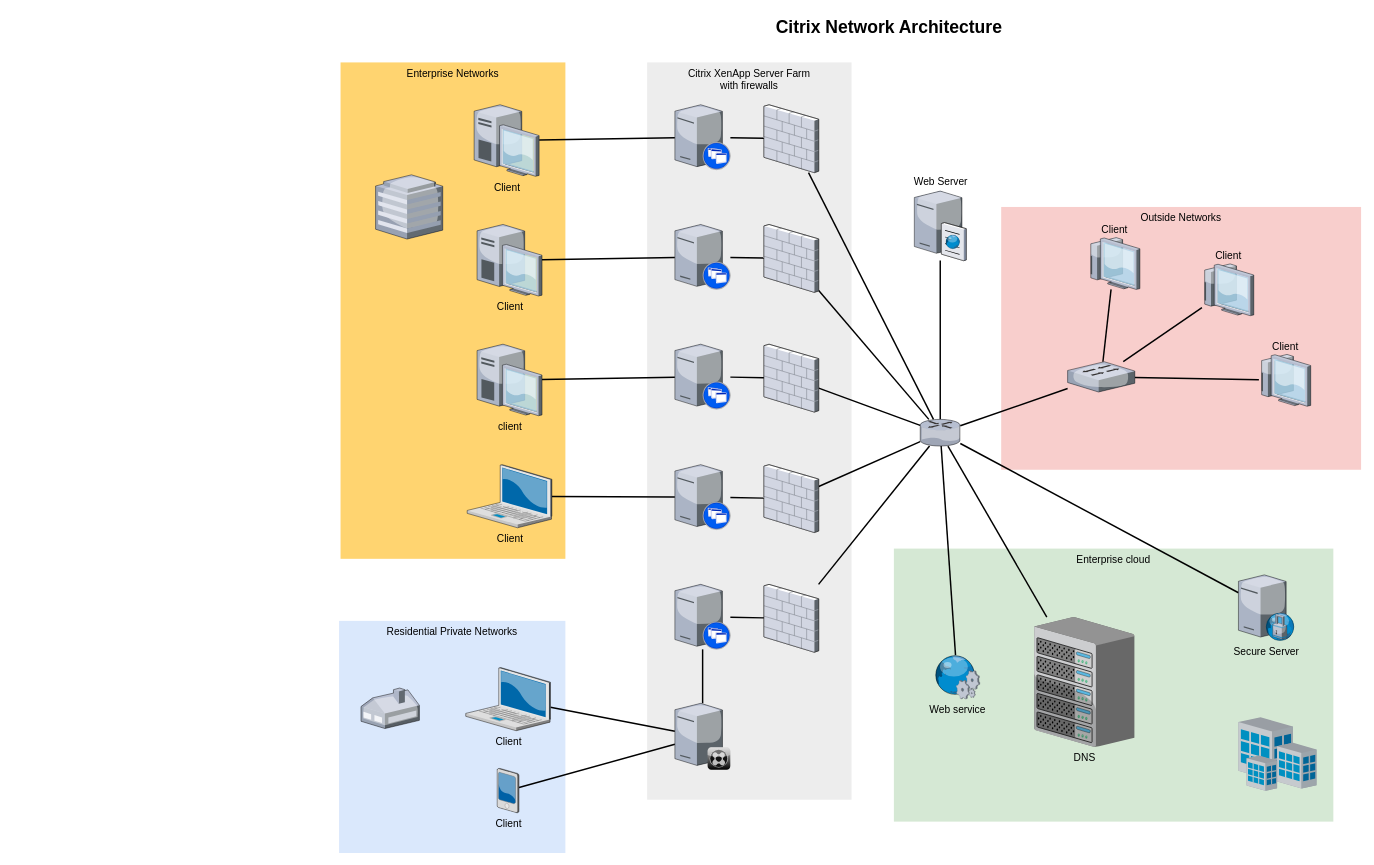
Earlier version of the draw.io diagram Untitled Diagram.drawio (working-git/Depresso-Espresso). Source tidied: cells renumbered, new cells numbered last; positions are measured from the earlier drawing's top-left corner, leaving out a move shared by most shapes. Both pictures are drawn from the tidied source at 73%, with x=0, y=0 at pixel (339, 12).
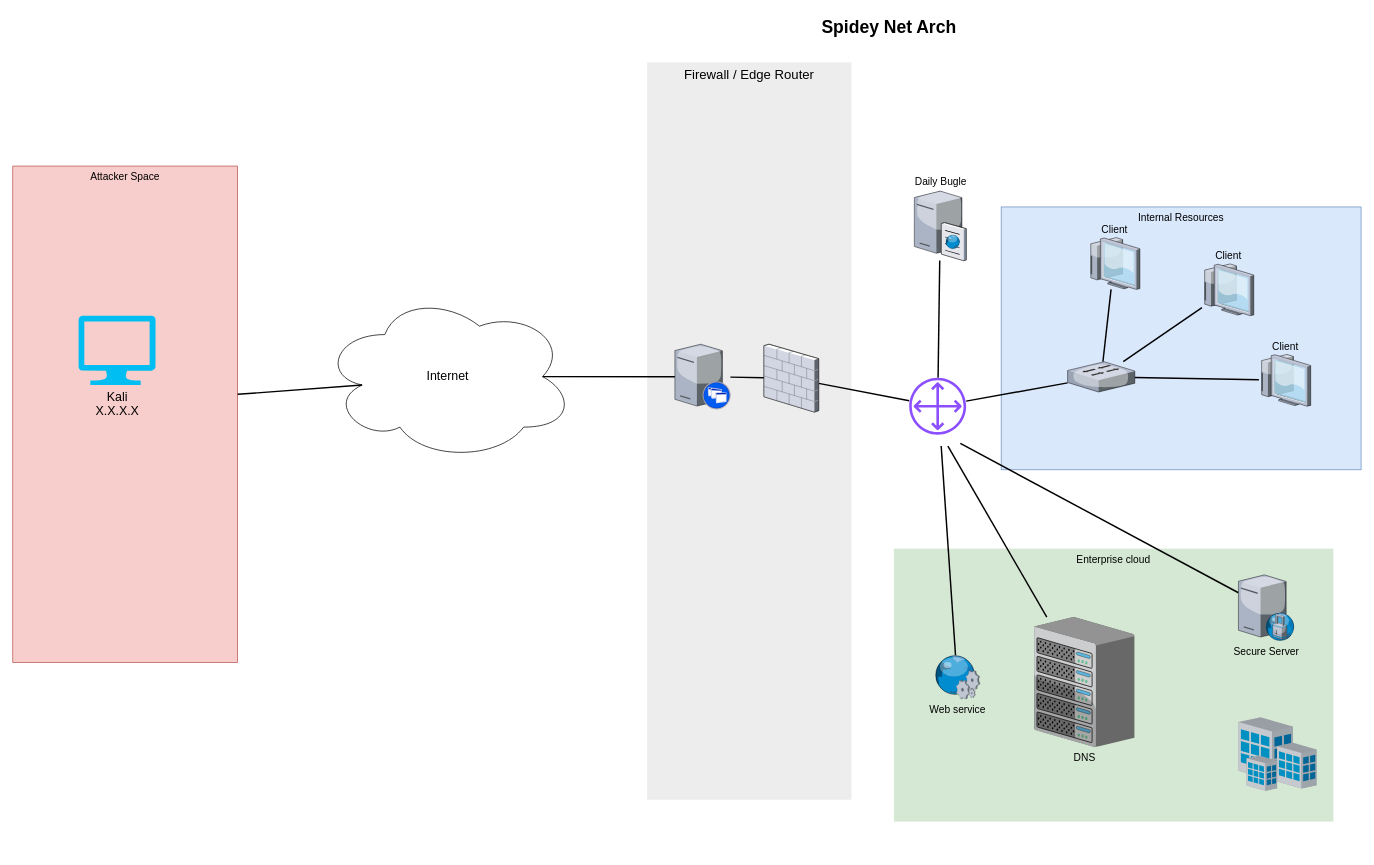
The same page after the edit.

Unchanged cells that the change refers to:
```xml
<mxCell id="24" style="verticalLabelPosition=bottom;html=1;verticalAlign=top;strokeColor=none;shape=mxgraph.citrix.xenapp_server;fillColor=#66B2FF;gradientColor=#0066CC;fontSize=14;" parent="1" vertex="1">
  <mxGeometry x="460" y="454" width="76" height="89" as="geometry" />
</mxCell>
<mxCell id="37" value="DNS" style="verticalLabelPosition=bottom;html=1;verticalAlign=top;strokeColor=none;shape=mxgraph.citrix.chassis;fillColor=#66B2FF;gradientColor=#0066CC;fontSize=14;" parent="1" vertex="1">
  <mxGeometry x="952" y="828" width="137.5" height="177.5" as="geometry" />
</mxCell>
<mxCell id="43" style="verticalLabelPosition=bottom;html=1;verticalAlign=top;strokeColor=none;shape=mxgraph.citrix.firewall;fillColor=#66B2FF;gradientColor=#0066CC;fontSize=14;" parent="1" vertex="1">
  <mxGeometry x="582" y="454" width="75" height="93" as="geometry" />
</mxCell>
<mxCell id="50" value="Secure Server" style="verticalLabelPosition=bottom;html=1;verticalAlign=top;strokeColor=none;shape=mxgraph.citrix.proxy_server;fillColor=#66B2FF;gradientColor=#0066CC;fontSize=14;" parent="1" vertex="1">
  <mxGeometry x="1232" y="770" width="76.5" height="90" as="geometry" />
</mxCell>
<mxCell id="54" style="verticalLabelPosition=bottom;html=1;verticalAlign=top;strokeColor=none;shape=mxgraph.citrix.switch;fillColor=#66B2FF;gradientColor=#0066CC;fontSize=14;" parent="1" vertex="1">
  <mxGeometry x="998" y="478" width="92" height="41.5" as="geometry" />
</mxCell>
<mxCell id="59" value="Web service" style="verticalLabelPosition=bottom;html=1;verticalAlign=top;strokeColor=none;shape=mxgraph.citrix.web_service;fillColor=#66B2FF;gradientColor=#0066CC;fontSize=14;" parent="1" vertex="1">
  <mxGeometry x="815" y="880" width="63" height="60" as="geometry" />
</mxCell>
```

Diff of the diagram source:
```diff
@@
-    <mxCell id="2" value="Outside Networks" style="whiteSpace=wrap;html=1;fillColor=#f8cecc;fontSize=14;strokeColor=none;verticalAlign=top;" parent="1" vertex="1">
+    <mxCell id="2" value="Internal Resources&lt;br&gt;" style="whiteSpace=wrap;html=1;fillColor=#dae8fc;fontSize=14;strokeColor=#6c8ebf;verticalAlign=top;" parent="1" vertex="1">
       <mxGeometry x="907" y="266" width="493" height="360" as="geometry" />
     </mxCell>
@@
-    <mxCell id="4" value="Citrix XenApp Server Farm&lt;div&gt;with firewalls&lt;/div&gt;" style="whiteSpace=wrap;html=1;fillColor=#EDEDED;fontSize=14;strokeColor=none;verticalAlign=top;" parent="1" vertex="1">
+    <mxCell id="4" value="&lt;font style=&quot;font-size: 18px;&quot;&gt;Firewall / Edge Router&lt;/font&gt;" style="whiteSpace=wrap;html=1;fillColor=#EDEDED;fontSize=14;strokeColor=none;verticalAlign=top;" parent="1" vertex="1">
       <mxGeometry x="422" y="68" width="280" height="1010" as="geometry" />
     </mxCell>
-    <mxCell id="5" value="Residential Private Networks" style="whiteSpace=wrap;html=1;fillColor=#dae8fc;fontSize=14;strokeColor=none;verticalAlign=top;" parent="1" vertex="1">
-      <mxGeometry y="833" width="310" height="318" as="geometry" />
-    </mxCell>
-    <mxCell id="6" value="Enterprise Networks" style="whiteSpace=wrap;html=1;fillColor=#FFD470;gradientColor=none;fontSize=14;strokeColor=none;verticalAlign=top;" parent="1" vertex="1">
-      <mxGeometry x="2" y="68" width="308" height="680" as="geometry" />
+    <mxCell id="6" value="Attacker Space" style="whiteSpace=wrap;html=1;fillColor=#f8cecc;fontSize=14;strokeColor=#b85450;verticalAlign=top;" parent="1" vertex="1">
+      <mxGeometry x="-447" y="210" width="308" height="680" as="geometry" />
     </mxCell>
-    <mxCell id="7" style="edgeStyle=none;rounded=0;html=1;startSize=10;endSize=10;jettySize=auto;fontSize=14;endArrow=none;endFill=0;strokeWidth=2;" parent="1" edge="1" source="8" target="35">
-      <mxGeometry relative="1" as="geometry" />
+    <mxCell id="7" style="edgeStyle=none;rounded=0;html=1;startSize=10;endSize=10;jettySize=auto;orthogonalLoop=1;fontSize=14;endArrow=none;endFill=0;strokeWidth=2;" parent="1" edge="1">
+      <mxGeometry relative="1" as="geometry">
+        <mxPoint x="460" y="984.2" as="targetPoint" />
+      </mxGeometry>
     </mxCell>
-    <mxCell id="8" value="Client" style="verticalLabelPosition=bottom;html=1;verticalAlign=top;strokeColor=none;shape=mxgraph.citrix.laptop_2;fillColor=#66B2FF;gradientColor=#0066CC;fontSize=14;" parent="1" vertex="1">
-      <mxGeometry x="173.5" y="897" width="116" height="86.5" as="geometry" />
-    </mxCell>
-    <mxCell id="9" style="edgeStyle=none;rounded=0;html=1;startSize=10;endSize=10;jettySize=auto;fontSize=14;endArrow=none;endFill=0;strokeWidth=2;" parent="1" edge="1" source="10" target="22">
-      <mxGeometry relative="1" as="geometry" />
+    <mxCell id="9" style="edgeStyle=none;rounded=0;html=1;startSize=10;endSize=10;jettySize=auto;orthogonalLoop=1;fontSize=14;endArrow=none;endFill=0;strokeWidth=2;" parent="1" edge="1">
+      <mxGeometry relative="1" as="geometry">
+        <mxPoint x="291.5" y="662.5" as="sourcePoint" />
+      </mxGeometry>
     </mxCell>
-    <mxCell id="10" value="Client" style="verticalLabelPosition=bottom;html=1;verticalAlign=top;strokeColor=none;shape=mxgraph.citrix.laptop_2;fillColor=#66B2FF;gradientColor=#0066CC;fontSize=14;" parent="1" vertex="1">
-      <mxGeometry x="175.5" y="619" width="116" height="86.5" as="geometry" />
-    </mxCell>
-    <mxCell id="11" style="edgeStyle=none;rounded=0;html=1;startSize=10;endSize=10;jettySize=auto;fontSize=14;endArrow=none;endFill=0;strokeWidth=2;" parent="1" edge="1" source="12" target="24">
-      <mxGeometry relative="1" as="geometry" />
-    </mxCell>
-    <mxCell id="12" value="client" style="verticalLabelPosition=bottom;html=1;verticalAlign=top;strokeColor=none;shape=mxgraph.citrix.desktop;fillColor=#66B2FF;gradientColor=#0066CC;fontSize=14;" parent="1" vertex="1">
-      <mxGeometry x="189" y="454" width="89" height="98" as="geometry" />
-    </mxCell>
-    <mxCell id="13" style="edgeStyle=none;rounded=0;html=1;startSize=10;endSize=10;jettySize=auto;fontSize=14;endArrow=none;endFill=0;strokeWidth=2;" parent="1" edge="1" source="14" target="26">
-      <mxGeometry relative="1" as="geometry" />
+    <mxCell id="13" style="edgeStyle=none;rounded=0;html=1;startSize=10;endSize=10;jettySize=auto;orthogonalLoop=1;fontSize=14;endArrow=none;endFill=0;strokeWidth=2;" parent="1" edge="1">
+      <mxGeometry relative="1" as="geometry">
+        <mxPoint x="460" y="335.1" as="targetPoint" />
+      </mxGeometry>
     </mxCell>
-    <mxCell id="14" value="Client" style="verticalLabelPosition=bottom;html=1;verticalAlign=top;strokeColor=none;shape=mxgraph.citrix.desktop;fillColor=#66B2FF;gradientColor=#0066CC;fontSize=14;" parent="1" vertex="1">
-      <mxGeometry x="189" y="290" width="89" height="98" as="geometry" />
-    </mxCell>
-    <mxCell id="15" style="edgeStyle=none;rounded=0;html=1;startSize=10;endSize=10;jettySize=auto;fontSize=14;endArrow=none;endFill=0;strokeWidth=2;" parent="1" edge="1" source="16" target="28">
-      <mxGeometry relative="1" as="geometry" />
-    </mxCell>
-    <mxCell id="16" value="Client" style="verticalLabelPosition=bottom;html=1;verticalAlign=top;strokeColor=none;shape=mxgraph.citrix.desktop;fillColor=#66B2FF;gradientColor=#0066CC;fontSize=14;" parent="1" vertex="1">
-      <mxGeometry x="185" y="126" width="89" height="98" as="geometry" />
-    </mxCell>
-    <mxCell id="17" style="edgeStyle=none;rounded=0;html=1;startSize=10;endSize=10;jettySize=auto;fontSize=14;endArrow=none;endFill=0;strokeWidth=2;" parent="1" edge="1" source="18" target="35">
-      <mxGeometry relative="1" as="geometry" />
+    <mxCell id="17" style="edgeStyle=none;rounded=0;html=1;startSize=10;endSize=10;jettySize=auto;orthogonalLoop=1;fontSize=14;endArrow=none;endFill=0;strokeWidth=2;" parent="1" edge="1">
+      <mxGeometry relative="1" as="geometry">
+        <mxPoint x="460" y="1002.1" as="targetPoint" />
+      </mxGeometry>
     </mxCell>
-    <mxCell id="18" value="Client" style="verticalLabelPosition=bottom;html=1;verticalAlign=top;strokeColor=none;shape=mxgraph.citrix.pda;fillColor=#66B2FF;gradientColor=#0066CC;fontSize=14;" parent="1" vertex="1">
-      <mxGeometry x="216.5" y="1035" width="30" height="61" as="geometry" />
-    </mxCell>
-    <mxCell id="19" style="edgeStyle=none;rounded=0;html=1;startSize=10;endSize=10;jettySize=auto;fontSize=14;endArrow=none;endFill=0;strokeWidth=2;" parent="1" edge="1" source="20" target="47">
-      <mxGeometry relative="1" as="geometry" />
-    </mxCell>
-    <mxCell id="20" style="verticalLabelPosition=bottom;html=1;verticalAlign=top;strokeColor=none;shape=mxgraph.citrix.xenapp_server;fillColor=#66B2FF;gradientColor=#0066CC;fontSize=14;" parent="1" vertex="1">
-      <mxGeometry x="460" y="783" width="76" height="89" as="geometry" />
-    </mxCell>
-    <mxCell id="21" style="edgeStyle=none;rounded=0;html=1;startSize=10;endSize=10;jettySize=auto;fontSize=14;endArrow=none;endFill=0;strokeWidth=2;" parent="1" edge="1" source="22" target="45">
-      <mxGeometry relative="1" as="geometry" />
-    </mxCell>
-    <mxCell id="22" style="verticalLabelPosition=bottom;html=1;verticalAlign=top;strokeColor=none;shape=mxgraph.citrix.xenapp_server;fillColor=#66B2FF;gradientColor=#0066CC;fontSize=14;" parent="1" vertex="1">
-      <mxGeometry x="460" y="619" width="76" height="89" as="geometry" />
-    </mxCell>
@@
-    <mxCell id="25" style="edgeStyle=none;rounded=0;html=1;startSize=10;endSize=10;jettySize=auto;fontSize=14;endArrow=none;endFill=0;strokeWidth=2;" parent="1" edge="1" source="26" target="41">
-      <mxGeometry relative="1" as="geometry" />
-    </mxCell>
-    <mxCell id="26" style="verticalLabelPosition=bottom;html=1;verticalAlign=top;strokeColor=none;shape=mxgraph.citrix.xenapp_server;fillColor=#66B2FF;gradientColor=#0066CC;fontSize=14;" parent="1" vertex="1">
-      <mxGeometry x="460" y="290" width="76" height="89" as="geometry" />
-    </mxCell>
-    <mxCell id="27" style="edgeStyle=none;rounded=0;html=1;startSize=10;endSize=10;jettySize=auto;fontSize=14;endArrow=none;endFill=0;strokeWidth=2;" parent="1" edge="1" source="28" target="39">
-      <mxGeometry relative="1" as="geometry" />
-    </mxCell>
-    <mxCell id="28" style="verticalLabelPosition=bottom;html=1;verticalAlign=top;strokeColor=none;shape=mxgraph.citrix.xenapp_server;fillColor=#66B2FF;gradientColor=#0066CC;fontSize=14;" parent="1" vertex="1">
-      <mxGeometry x="460" y="126" width="76" height="89" as="geometry" />
-    </mxCell>
-    <mxCell id="29" style="edgeStyle=none;rounded=0;html=1;startSize=10;endSize=10;jettySize=auto;fontSize=14;endArrow=none;endFill=0;strokeWidth=2;" parent="1" edge="1" source="33" target="37">
-      <mxGeometry relative="1" as="geometry" />
+    <mxCell id="29" style="edgeStyle=none;rounded=0;html=1;startSize=10;endSize=10;jettySize=auto;fontSize=14;endArrow=none;endFill=0;strokeWidth=2;" parent="1" edge="1" target="37">
+      <mxGeometry relative="1" as="geometry">
+        <mxPoint x="834" y="593.5" as="sourcePoint" />
+      </mxGeometry>
     </mxCell>
-    <mxCell id="30" style="edgeStyle=none;rounded=0;html=1;startSize=10;endSize=10;jettySize=auto;fontSize=14;endArrow=none;endFill=0;strokeWidth=2;" parent="1" edge="1" source="33" target="36">
+    <mxCell id="30" style="edgeStyle=none;rounded=0;html=1;startSize=10;endSize=10;jettySize=auto;fontSize=14;endArrow=none;endFill=0;strokeWidth=2;" parent="1" edge="1" source="65" target="36">
       <mxGeometry relative="1" as="geometry" />
     </mxCell>
-    <mxCell id="31" style="edgeStyle=none;rounded=0;html=1;startSize=10;endSize=10;jettySize=auto;fontSize=14;endArrow=none;endFill=0;strokeWidth=2;" parent="1" edge="1" source="33" target="54">
+    <mxCell id="31" style="edgeStyle=none;rounded=0;html=1;startSize=10;endSize=10;jettySize=auto;fontSize=14;endArrow=none;endFill=0;strokeWidth=2;" parent="1" edge="1" source="65" target="54">
       <mxGeometry relative="1" as="geometry" />
     </mxCell>
-    <mxCell id="32" style="edgeStyle=none;rounded=0;html=1;startSize=10;endSize=10;jettySize=auto;fontSize=14;endArrow=none;endFill=0;strokeWidth=2;" parent="1" edge="1" source="33" target="50">
-      <mxGeometry relative="1" as="geometry" />
+    <mxCell id="32" style="edgeStyle=none;rounded=0;html=1;startSize=10;endSize=10;jettySize=auto;fontSize=14;endArrow=none;endFill=0;strokeWidth=2;" parent="1" edge="1" target="50">
+      <mxGeometry relative="1" as="geometry">
+        <mxPoint x="851" y="590" as="sourcePoint" />
+      </mxGeometry>
     </mxCell>
-    <mxCell id="33" style="verticalLabelPosition=bottom;html=1;verticalAlign=top;strokeColor=none;shape=mxgraph.citrix.router;fillColor=#66B2FF;gradientColor=#0066CC;fontSize=14;" parent="1" vertex="1">
-      <mxGeometry x="796" y="557" width="55" height="36.5" as="geometry" />
-    </mxCell>
-    <mxCell id="34" style="edgeStyle=none;rounded=0;html=1;startSize=10;endSize=10;jettySize=auto;fontSize=14;endArrow=none;endFill=0;strokeWidth=2;" parent="1" edge="1" source="35" target="20">
-      <mxGeometry relative="1" as="geometry" />
+    <mxCell id="34" style="edgeStyle=none;rounded=0;html=1;startSize=10;endSize=10;jettySize=auto;orthogonalLoop=1;fontSize=14;endArrow=none;endFill=0;strokeWidth=2;" parent="1" edge="1">
+      <mxGeometry relative="1" as="geometry">
+        <mxPoint x="498" y="872" as="targetPoint" />
+      </mxGeometry>
     </mxCell>
-    <mxCell id="35" style="verticalLabelPosition=bottom;html=1;verticalAlign=top;strokeColor=none;shape=mxgraph.citrix.xenclient_synchronizer;fillColor=#CCCCCC;gradientColor=#000000;gradientDirection=south;fontSize=14;" parent="1" vertex="1">
-      <mxGeometry x="460" y="946" width="76" height="91" as="geometry" />
-    </mxCell>
-    <mxCell id="36" value="Web Server" style="verticalLabelPosition=top;html=1;verticalAlign=bottom;strokeColor=none;shape=mxgraph.citrix.cache_server;fillColor=#66B2FF;gradientColor=#0066CC;fontSize=14;labelPosition=center;align=center;" parent="1" vertex="1">
+    <mxCell id="36" value="Daily Bugle" style="verticalLabelPosition=top;html=1;verticalAlign=bottom;strokeColor=none;shape=mxgraph.citrix.cache_server;fillColor=#66B2FF;gradientColor=#0066CC;fontSize=14;labelPosition=center;align=center;" parent="1" vertex="1">
       <mxGeometry x="788" y="242" width="71" height="97.5" as="geometry" />
     </mxCell>
@@
-    <mxCell id="38" style="edgeStyle=none;rounded=0;html=1;startSize=10;endSize=10;jettySize=auto;fontSize=14;endArrow=none;endFill=0;strokeWidth=2;" parent="1" edge="1" source="39" target="33">
-      <mxGeometry relative="1" as="geometry" />
-    </mxCell>
-    <mxCell id="39" style="verticalLabelPosition=bottom;html=1;verticalAlign=top;strokeColor=none;shape=mxgraph.citrix.firewall;fillColor=#66B2FF;gradientColor=#0066CC;fontSize=14;" parent="1" vertex="1">
-      <mxGeometry x="582" y="126" width="75" height="93" as="geometry" />
-    </mxCell>
-    <mxCell id="40" style="edgeStyle=none;rounded=0;html=1;startSize=10;endSize=10;jettySize=auto;fontSize=14;endArrow=none;endFill=0;strokeWidth=2;" parent="1" edge="1" source="41" target="33">
-      <mxGeometry relative="1" as="geometry" />
-    </mxCell>
-    <mxCell id="41" style="verticalLabelPosition=bottom;html=1;verticalAlign=top;strokeColor=none;shape=mxgraph.citrix.firewall;fillColor=#66B2FF;gradientColor=#0066CC;fontSize=14;" parent="1" vertex="1">
-      <mxGeometry x="582" y="290" width="75" height="93" as="geometry" />
-    </mxCell>
-    <mxCell id="42" style="edgeStyle=none;rounded=0;html=1;startSize=10;endSize=10;jettySize=auto;fontSize=14;endArrow=none;endFill=0;strokeWidth=2;" parent="1" edge="1" source="43" target="33">
+    <mxCell id="42" style="edgeStyle=none;rounded=0;html=1;startSize=10;endSize=10;jettySize=auto;fontSize=14;endArrow=none;endFill=0;strokeWidth=2;" parent="1" edge="1" source="43" target="65">
       <mxGeometry relative="1" as="geometry" />
     </mxCell>
@@
-    <mxCell id="44" style="edgeStyle=none;rounded=0;html=1;startSize=10;endSize=10;jettySize=auto;fontSize=14;endArrow=none;endFill=0;strokeWidth=2;" parent="1" edge="1" source="45" target="33">
-      <mxGeometry relative="1" as="geometry" />
-    </mxCell>
-    <mxCell id="45" style="verticalLabelPosition=bottom;html=1;verticalAlign=top;strokeColor=none;shape=mxgraph.citrix.firewall;fillColor=#66B2FF;gradientColor=#0066CC;fontSize=14;" parent="1" vertex="1">
-      <mxGeometry x="582" y="619" width="75" height="93" as="geometry" />
-    </mxCell>
-    <mxCell id="46" style="edgeStyle=none;rounded=0;html=1;startSize=10;endSize=10;jettySize=auto;fontSize=14;endArrow=none;endFill=0;strokeWidth=2;" parent="1" edge="1" source="47" target="33">
-      <mxGeometry relative="1" as="geometry" />
-    </mxCell>
-    <mxCell id="47" style="verticalLabelPosition=bottom;html=1;verticalAlign=top;strokeColor=none;shape=mxgraph.citrix.firewall;fillColor=#66B2FF;gradientColor=#0066CC;fontSize=14;" parent="1" vertex="1">
-      <mxGeometry x="582" y="783" width="75" height="93" as="geometry" />
-    </mxCell>
-    <mxCell id="48" style="verticalLabelPosition=bottom;html=1;verticalAlign=top;strokeColor=none;shape=mxgraph.citrix.home_office;fillColor=#66B2FF;gradientColor=#0066CC;fontSize=14;" parent="1" vertex="1">
-      <mxGeometry x="30" y="925" width="80" height="55.5" as="geometry" />
-    </mxCell>
-    <mxCell id="49" style="verticalLabelPosition=bottom;html=1;verticalAlign=top;strokeColor=none;shape=mxgraph.citrix.hq_enterprise;fillColor=#66B2FF;gradientColor=#0066CC;fontSize=14;" parent="1" vertex="1">
-      <mxGeometry x="50" y="222" width="92" height="88" as="geometry" />
-    </mxCell>
@@
-    <mxCell id="58" style="edgeStyle=none;rounded=0;html=1;startSize=10;endSize=10;jettySize=auto;fontSize=14;endArrow=none;endFill=0;strokeWidth=2;" parent="1" edge="1" source="59" target="33">
-      <mxGeometry relative="1" as="geometry" />
+    <mxCell id="58" style="edgeStyle=none;rounded=0;html=1;startSize=10;endSize=10;jettySize=auto;fontSize=14;endArrow=none;endFill=0;strokeWidth=2;" parent="1" edge="1" source="59">
+      <mxGeometry relative="1" as="geometry">
+        <mxPoint x="824.8" y="593.5" as="targetPoint" />
+      </mxGeometry>
     </mxCell>
@@
-    <mxCell id="61" value="Citrix Network Architecture" style="text;strokeColor=none;fillColor=none;html=1;fontSize=24;fontStyle=1;verticalAlign=middle;align=center;" parent="1" vertex="1">
+    <mxCell id="61" value="Spidey Net Arch" style="text;strokeColor=none;fillColor=none;html=1;fontSize=24;fontStyle=1;verticalAlign=middle;align=center;" parent="1" vertex="1">
       <mxGeometry x="322" width="861" height="40" as="geometry" />
     </mxCell>
+    <mxCell id="62" value="&lt;font style=&quot;font-size: 17px;&quot;&gt;Internet&lt;/font&gt;" style="ellipse;shape=cloud;whiteSpace=wrap;html=1;" parent="1" vertex="1">
+      <mxGeometry x="-23.8" y="383.2" width="345.8" height="230.5" as="geometry" />
+    </mxCell>
+    <mxCell id="11" style="edgeStyle=none;rounded=0;html=1;startSize=10;endSize=10;jettySize=auto;fontSize=14;endArrow=none;endFill=0;strokeWidth=2;exitX=0.875;exitY=0.5;exitDx=0;exitDy=0;exitPerimeter=0;" parent="1" edge="1" source="62" target="24">
+      <mxGeometry relative="1" as="geometry" />
+    </mxCell>
+    <mxCell id="63" style="edgeStyle=none;rounded=0;html=1;startSize=10;endSize=10;jettySize=auto;fontSize=14;endArrow=none;endFill=0;strokeWidth=2;entryX=0.16;entryY=0.55;entryDx=0;entryDy=0;entryPerimeter=0;" parent="1" edge="1" target="62">
+      <mxGeometry relative="1" as="geometry">
+        <mxPoint x="-139" y="522.7" as="sourcePoint" />
+      </mxGeometry>
+    </mxCell>
+    <mxCell id="64" value="&lt;font style=&quot;font-size: 17px;&quot;&gt;Kali&lt;br&gt;X.X.X.X&lt;/font&gt;" style="verticalLabelPosition=bottom;html=1;verticalAlign=top;align=center;strokeColor=none;fillColor=#00BEF2;shape=mxgraph.azure.computer;" parent="1" vertex="1">
+      <mxGeometry x="-357" y="415" width="105.6" height="95" as="geometry" />
+    </mxCell>
+    <mxCell id="65" style="sketch=0;outlineConnect=0;fontColor=#232F3E;gradientColor=none;fillColor=#8C4FFF;strokeColor=none;dashed=0;verticalLabelPosition=bottom;verticalAlign=top;align=center;html=1;fontSize=12;fontStyle=0;shape=mxgraph.aws4.customer_gateway;" parent="1" vertex="1">
+      <mxGeometry x="781" y="500" width="78" height="78" as="geometry" />
+    </mxCell>
```
